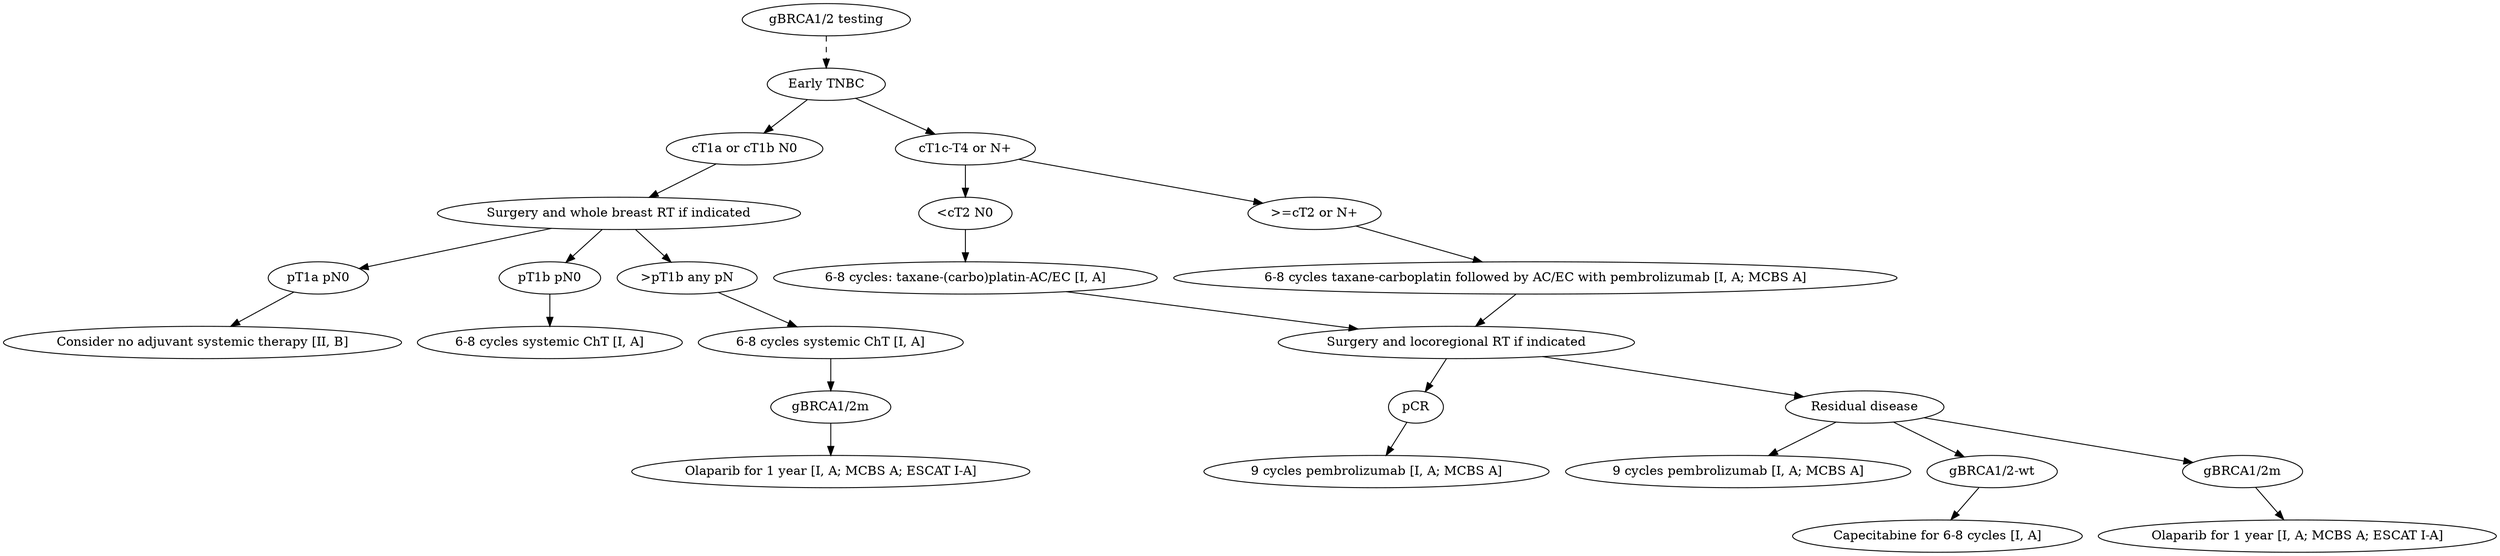
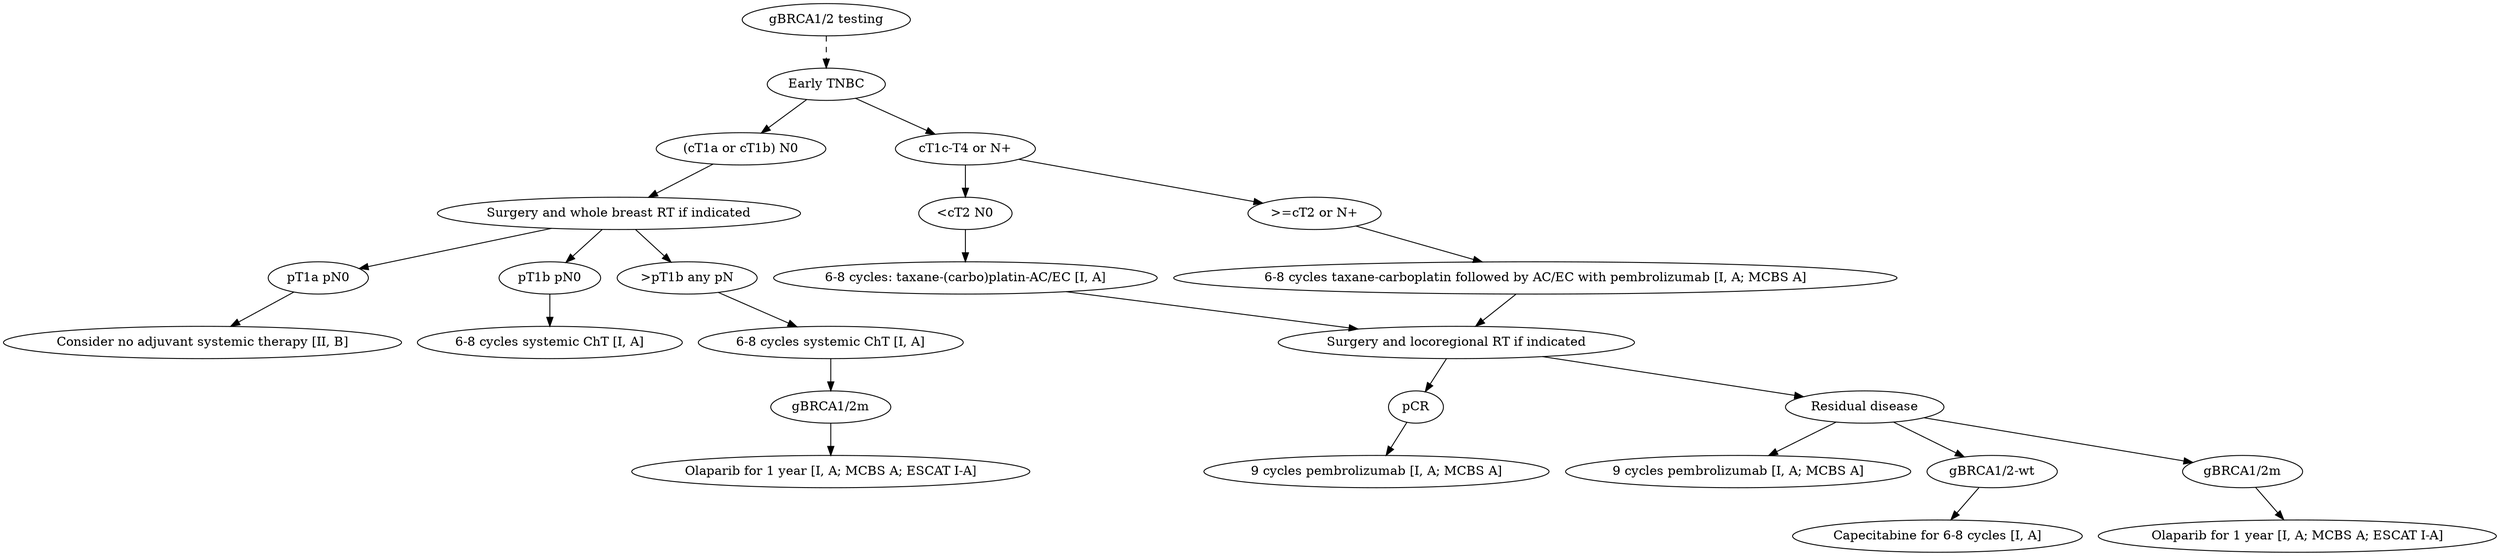
digraph G {
    a [label="gBRCA1/2 testing"];
    b [label="Early TNBC"];
-     c [label="cT1a or cT1b N0"];
+     c [label="(cT1a or cT1b) N0"];
    d [label="cT1c-T4 or N+"];
    e [label="Surgery and whole breast RT if indicated"];
    f [label="pT1a pN0"];
    g [label="pT1b pN0"];
    h [label=">pT1b any pN"];
    i [label="Consider no adjuvant systemic therapy [II, B]"];
    j [label="6-8 cycles systemic ChT [I, A]"];
    k [label="6-8 cycles systemic ChT [I, A]"];
    l [label="gBRCA1/2m"];
    m [label="Olaparib for 1 year [I, A; MCBS A; ESCAT I-A]"];
    n [label="<cT2 N0"];
    o [label=">=cT2 or N+"];
    p [label="6-8 cycles: taxane-(carbo)platin-AC/EC [I, A]"];
    q [label="6-8 cycles taxane-carboplatin followed by AC/EC with pembrolizumab [I, A; MCBS A]"];
    r [label="Surgery and locoregional RT if indicated"];
    s [label="pCR"];
    t [label="Residual disease"];
    u [label="9 cycles pembrolizumab [I, A; MCBS A]"];
    v [label="9 cycles pembrolizumab [I, A; MCBS A]"];
    w [label="gBRCA1/2-wt"];
    x [label="Capecitabine for 6-8 cycles [I, A]"];
    y [label="gBRCA1/2m"];
    z [label="Olaparib for 1 year [I, A; MCBS A; ESCAT I-A]"];

    a -> b [style=dashed];
    b -> c;
    b -> d;
    c -> e;
    e -> f;
    e -> g;
    e -> h;
    f -> i;
    g -> j;
    h -> k;
    k -> l;
    l -> m;
    d -> n;
    d -> o;
    n -> p;
    o -> q;
    p -> r;
    q -> r;
    r -> s;
    r -> t;
    s -> u;
    t -> v;
    t -> w;
    t -> y;
    w -> x;
    y -> z;
}
